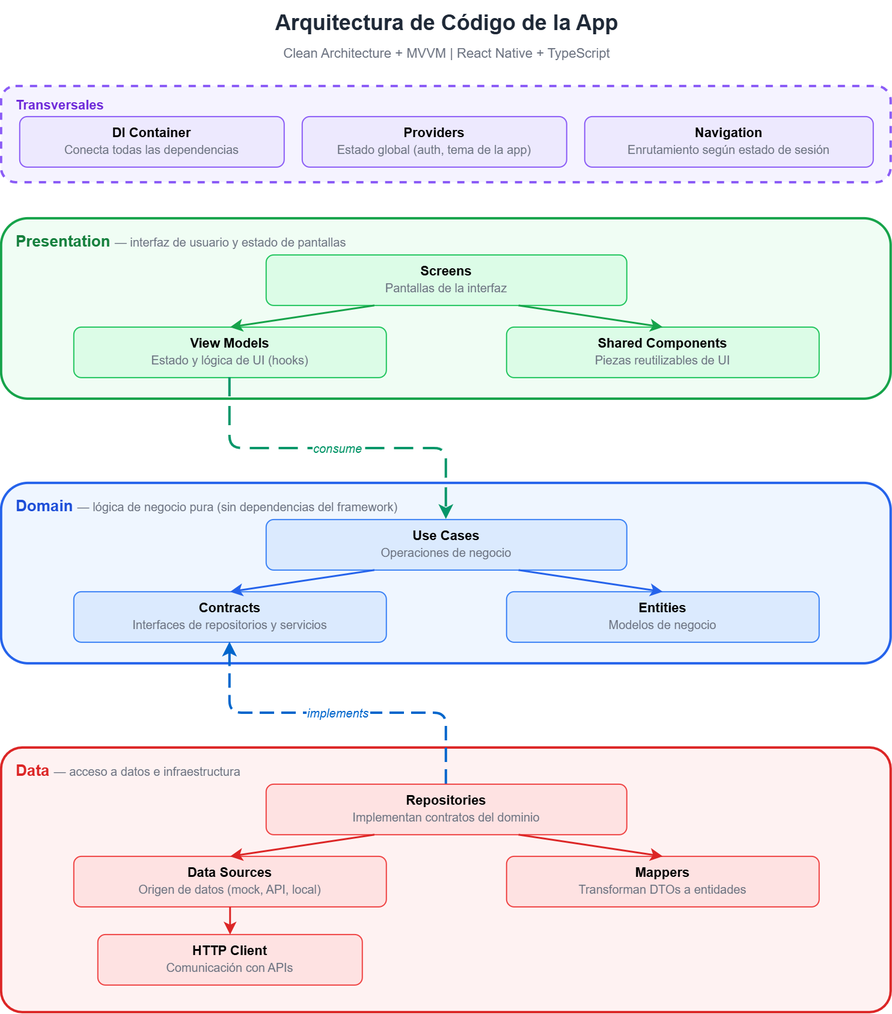
Earlier version of the draw.io export docs/architecture-diagram.png (devopsbayteq/bbol-movil). Source tidied: cells renumbered, new cells last; positions are measured from the earlier drawing's top-left corner, leaving out a move shared by most shapes.
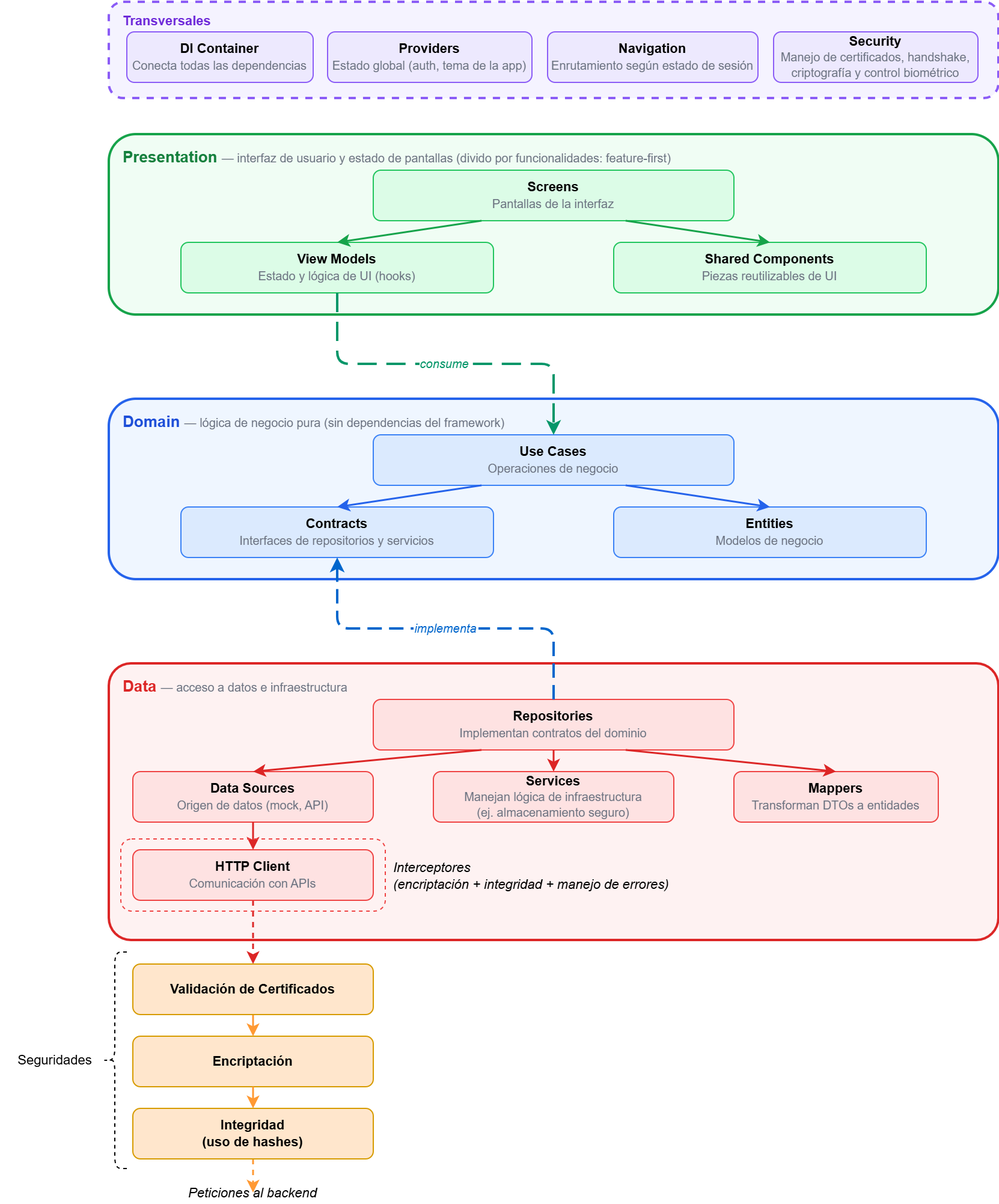
After the change.

What changed in the source:
```diff
@@ -2,33 +2,27 @@
   <root>
     <mxCell id="0" />
     <mxCell id="1" parent="0" />
-    <mxCell id="2" value="Arquitectura de Código de la App" style="text;html=1;align=center;verticalAlign=middle;strokeColor=none;fillColor=none;fontSize=18;fontStyle=1;fontColor=#1F2937;" parent="1" vertex="1">
-      <mxGeometry x="214.9" y="0.4" width="310" height="40" as="geometry" />
-    </mxCell>
-    <mxCell id="3" value="Clean Architecture + MVVM  |  React Native + TypeScript" style="text;html=1;align=center;verticalAlign=middle;strokeColor=none;fillColor=none;fontSize=11;fontColor=#6B7280;" parent="1" vertex="1">
-      <mxGeometry x="194.9" y="32.4" width="350" height="25" as="geometry" />
-    </mxCell>
-    <mxCell id="4" style="rounded=1;whiteSpace=wrap;html=1;fillColor=#F5F3FF;strokeColor=#8B5CF6;strokeWidth=2;dashed=1;" parent="1" vertex="1">
-      <mxGeometry x="-0.1" y="72.4" width="740" height="80" as="geometry" />
-    </mxCell>
+    <mxCell id="34" style="rounded=1;whiteSpace=wrap;html=1;fillColor=#F5F3FF;strokeColor=#8B5CF6;strokeWidth=2;dashed=1;" parent="1" vertex="1">
+      <mxGeometry x="-0.1" y="72.4" width="740" height="80" as="geometry" />
+    </mxCell>
     <mxCell id="5" value="Transversales" style="text;html=1;align=left;verticalAlign=top;strokeColor=none;fillColor=none;fontSize=11;fontStyle=1;fontColor=#6D28D9;" parent="1" vertex="1">
       <mxGeometry x="9.9" y="75.4" width="95" height="20" as="geometry" />
     </mxCell>
     <mxCell id="6" value="&lt;b&gt;DI Container&lt;/b&gt;&lt;br&gt;&lt;font style=&quot;font-size:10px;color:#6B7280&quot;&gt;Conecta todas las dependencias&lt;/font&gt;" style="rounded=1;whiteSpace=wrap;html=1;fillColor=#EDE9FE;strokeColor=#8B5CF6;fontSize=11;" parent="1" vertex="1">
-      <mxGeometry x="14.9" y="97.4" width="220" height="42" as="geometry" />
+      <mxGeometry x="14.9" y="97.4" width="155" height="42" as="geometry" />
     </mxCell>
     <mxCell id="7" value="&lt;b&gt;Providers&lt;/b&gt;&lt;br&gt;&lt;font style=&quot;font-size:10px;color:#6B7280&quot;&gt;Estado global (auth, tema de la app)&lt;/font&gt;" style="rounded=1;whiteSpace=wrap;html=1;fillColor=#EDE9FE;strokeColor=#8B5CF6;fontSize=11;" parent="1" vertex="1">
-      <mxGeometry x="249.9" y="97.4" width="220" height="42" as="geometry" />
+      <mxGeometry x="181.9" y="97.4" width="170" height="42" as="geometry" />
     </mxCell>
     <mxCell id="8" value="&lt;b&gt;Navigation&lt;/b&gt;&lt;br&gt;&lt;font style=&quot;font-size:10px;color:#6B7280&quot;&gt;Enrutamiento según estado de sesión&lt;/font&gt;" style="rounded=1;whiteSpace=wrap;html=1;fillColor=#EDE9FE;strokeColor=#8B5CF6;fontSize=11;" parent="1" vertex="1">
-      <mxGeometry x="484.9" y="97.4" width="240" height="42" as="geometry" />
+      <mxGeometry x="364.9" y="97.4" width="175" height="42" as="geometry" />
     </mxCell>
-    <mxCell id="9" style="rounded=1;whiteSpace=wrap;html=1;fillColor=#F0FDF4;strokeColor=#16A34A;strokeWidth=2;" parent="1" vertex="1">
-      <mxGeometry x="-0.1" y="182.4" width="740" height="150" as="geometry" />
-    </mxCell>
-    <mxCell id="10" value="Presentation  &lt;font style=&quot;font-size:10px;font-weight:normal;color:#6B7280&quot;&gt;— interfaz de usuario y estado de pantallas&lt;/font&gt;" style="text;html=1;align=left;verticalAlign=top;strokeColor=none;fillColor=none;fontSize=13;fontStyle=1;fontColor=#15803D;" parent="1" vertex="1">
-      <mxGeometry x="9.9" y="187.4" width="95" height="22" as="geometry" />
-    </mxCell>
+    <mxCell id="35" style="rounded=1;whiteSpace=wrap;html=1;fillColor=#F0FDF4;strokeColor=#16A34A;strokeWidth=2;" parent="1" vertex="1">
+      <mxGeometry x="-0.1" y="182.4" width="740" height="150" as="geometry" />
+    </mxCell>
+    <mxCell id="36" value="Presentation  &lt;font style=&quot;font-size:10px;font-weight:normal;color:#6B7280&quot;&gt;— interfaz de usuario y estado de pantallas (divido por funcionalidades: feature-first)&lt;/font&gt;" style="text;html=1;align=left;verticalAlign=top;strokeColor=none;fillColor=none;fontSize=13;fontStyle=1;fontColor=#15803D;" parent="1" vertex="1">
+      <mxGeometry x="9.9" y="187.4" width="480" height="30" as="geometry" />
+    </mxCell>
     <mxCell id="11" value="&lt;b&gt;Screens&lt;/b&gt;&lt;br&gt;&lt;font style=&quot;font-size:10px;color:#6B7280&quot;&gt;Pantallas de la interfaz&lt;/font&gt;" style="rounded=1;whiteSpace=wrap;html=1;fillColor=#DCFCE7;strokeColor=#22C55E;fontSize=11;" parent="1" vertex="1">
       <mxGeometry x="219.9" y="212.4" width="300" height="42" as="geometry" />
     </mxCell>
@@ -44,9 +38,9 @@
     <mxCell id="15" style="rounded=1;strokeColor=#16A34A;strokeWidth=1.5;exitX=0.7;exitY=1;exitDx=0;exitDy=0;entryX=0.5;entryY=0;entryDx=0;entryDy=0;" parent="1" edge="1" source="11" target="13">
       <mxGeometry relative="1" as="geometry" />
     </mxCell>
-    <mxCell id="16" style="rounded=1;whiteSpace=wrap;html=1;fillColor=#EFF6FF;strokeColor=#2563EB;strokeWidth=2;" parent="1" vertex="1">
-      <mxGeometry x="-0.1" y="402.4" width="740" height="150" as="geometry" />
-    </mxCell>
+    <mxCell id="37" style="rounded=1;whiteSpace=wrap;html=1;fillColor=#EFF6FF;strokeColor=#2563EB;strokeWidth=2;" parent="1" vertex="1">
+      <mxGeometry x="-0.1" y="402.4" width="740" height="150" as="geometry" />
+    </mxCell>
     <mxCell id="17" value="Domain  &lt;font style=&quot;font-size:10px;font-weight:normal;color:#6B7280&quot;&gt;— lógica de negocio pura (sin dependencias del framework)&lt;/font&gt;" style="text;html=1;align=left;verticalAlign=top;strokeColor=none;fillColor=none;fontSize=13;fontStyle=1;fontColor=#1D4ED8;" parent="1" vertex="1">
       <mxGeometry x="9.9" y="407.4" width="230" height="30" as="geometry" />
     </mxCell>
@@ -65,38 +59,83 @@
     <mxCell id="22" style="rounded=1;strokeColor=#2563EB;strokeWidth=1.5;exitX=0.7;exitY=1;exitDx=0;exitDy=0;entryX=0.5;entryY=0;entryDx=0;entryDy=0;" parent="1" edge="1" source="18" target="20">
       <mxGeometry relative="1" as="geometry" />
     </mxCell>
-    <mxCell id="23" style="rounded=1;whiteSpace=wrap;html=1;fillColor=#FEF2F2;strokeColor=#DC2626;strokeWidth=2;arcSize=8;" parent="1" vertex="1">
-      <mxGeometry x="-0.1" y="622.4" width="740" height="220" as="geometry" />
-    </mxCell>
+    <mxCell id="38" style="rounded=1;whiteSpace=wrap;html=1;fillColor=#FEF2F2;strokeColor=#DC2626;strokeWidth=2;arcSize=8;" parent="1" vertex="1">
+      <mxGeometry x="-0.1" y="622.4" width="740" height="230" as="geometry" />
+    </mxCell>
     <mxCell id="24" value="Data  &lt;font style=&quot;font-size:10px;font-weight:normal;color:#6B7280&quot;&gt;— acceso a datos e infraestructura&lt;/font&gt;" style="text;html=1;align=left;verticalAlign=top;strokeColor=none;fillColor=none;fontSize=13;fontStyle=1;fontColor=#DC2626;" parent="1" vertex="1">
       <mxGeometry x="9.9" y="627.4" width="40" height="22" as="geometry" />
     </mxCell>
     <mxCell id="25" value="&lt;b&gt;Repositories&lt;/b&gt;&lt;br&gt;&lt;font style=&quot;font-size:10px;color:#6B7280&quot;&gt;Implementan contratos del dominio&lt;/font&gt;" style="rounded=1;whiteSpace=wrap;html=1;fillColor=#FEE2E2;strokeColor=#EF4444;fontSize=11;" parent="1" vertex="1">
       <mxGeometry x="219.9" y="652.4" width="300" height="42" as="geometry" />
     </mxCell>
-    <mxCell id="26" value="&lt;b&gt;Data Sources&lt;/b&gt;&lt;br&gt;&lt;font style=&quot;font-size:10px;color:#6B7280&quot;&gt;Origen de datos (mock, API, local)&lt;/font&gt;" style="rounded=1;whiteSpace=wrap;html=1;fillColor=#FEE2E2;strokeColor=#EF4444;fontSize=11;" parent="1" vertex="1">
-      <mxGeometry x="59.9" y="712.4" width="260" height="42" as="geometry" />
-    </mxCell>
+    <mxCell id="39" value="&lt;b&gt;Data Sources&lt;/b&gt;&lt;br&gt;&lt;font style=&quot;font-size:10px;color:#6B7280&quot;&gt;Origen de datos (mock, API)&lt;/font&gt;" style="rounded=1;whiteSpace=wrap;html=1;fillColor=#FEE2E2;strokeColor=#EF4444;fontSize=11;" parent="1" vertex="1">
+      <mxGeometry x="19.9" y="712.4" width="200" height="42" as="geometry" />
+    </mxCell>
     <mxCell id="27" value="&lt;b&gt;Mappers&lt;/b&gt;&lt;br&gt;&lt;font style=&quot;font-size:10px;color:#6B7280&quot;&gt;Transforman DTOs a entidades&lt;/font&gt;" style="rounded=1;whiteSpace=wrap;html=1;fillColor=#FEE2E2;strokeColor=#EF4444;fontSize=11;" parent="1" vertex="1">
-      <mxGeometry x="419.9" y="712.4" width="260" height="42" as="geometry" />
+      <mxGeometry x="519.9" y="712.4" width="170" height="42" as="geometry" />
     </mxCell>
+    <mxCell id="40" style="rounded=1;strokeColor=#DC2626;strokeWidth=1.5;exitX=0.5;exitY=1;exitDx=0;exitDy=0;entryX=0.5;entryY=0;entryDx=0;entryDy=0;dashed=1;" parent="1" edge="1" source="28" target="51">
+      <mxGeometry relative="1" as="geometry" />
+    </mxCell>
     <mxCell id="28" value="&lt;b&gt;HTTP Client&lt;/b&gt;&lt;br&gt;&lt;font style=&quot;font-size:10px;color:#6B7280&quot;&gt;Comunicación con APIs&lt;/font&gt;" style="rounded=1;whiteSpace=wrap;html=1;fillColor=#FEE2E2;strokeColor=#EF4444;fontSize=11;" parent="1" vertex="1">
-      <mxGeometry x="79.9" y="777.4" width="220" height="42" as="geometry" />
+      <mxGeometry x="19.9" y="777.4" width="200" height="42" as="geometry" />
     </mxCell>
-    <mxCell id="29" style="rounded=1;strokeColor=#DC2626;strokeWidth=1.5;exitX=0.3;exitY=1;exitDx=0;exitDy=0;entryX=0.5;entryY=0;entryDx=0;entryDy=0;" parent="1" edge="1" source="25" target="26">
-      <mxGeometry relative="1" as="geometry" />
-    </mxCell>
+    <mxCell id="41" style="rounded=1;strokeColor=#DC2626;strokeWidth=1.5;exitX=0.3;exitY=1;exitDx=0;exitDy=0;entryX=0.5;entryY=0;entryDx=0;entryDy=0;" parent="1" edge="1" source="25" target="39">
+      <mxGeometry relative="1" as="geometry" />
+    </mxCell>
     <mxCell id="30" style="rounded=1;strokeColor=#DC2626;strokeWidth=1.5;exitX=0.7;exitY=1;exitDx=0;exitDy=0;entryX=0.5;entryY=0;entryDx=0;entryDy=0;" parent="1" edge="1" source="25" target="27">
       <mxGeometry relative="1" as="geometry" />
     </mxCell>
-    <mxCell id="31" style="rounded=1;strokeColor=#DC2626;strokeWidth=1.5;exitX=0.5;exitY=1;exitDx=0;exitDy=0;entryX=0.5;entryY=0;entryDx=0;entryDy=0;" parent="1" edge="1" source="26" target="28">
-      <mxGeometry relative="1" as="geometry" />
-    </mxCell>
+    <mxCell id="42" style="rounded=1;strokeColor=#DC2626;strokeWidth=1.5;exitX=0.5;exitY=1;exitDx=0;exitDy=0;entryX=0.5;entryY=0;entryDx=0;entryDy=0;" parent="1" edge="1" source="39" target="28">
+      <mxGeometry relative="1" as="geometry" />
+    </mxCell>
-    <mxCell id="32" value="implements" style="rounded=1;strokeColor=#0066CC;strokeWidth=2;dashed=1;dashPattern=6 3;fontStyle=2;fontSize=10;fontColor=#0066CC;labelBackgroundColor=#FFFFFF;exitX=0.5;exitY=0;exitDx=0;exitDy=0;entryX=0.5;entryY=1;entryDx=0;entryDy=0;edgeStyle=orthogonalEdgeStyle;" parent="1" edge="1" source="25" target="19">
+    <mxCell id="32" value="implementa" style="rounded=1;strokeColor=#0066CC;strokeWidth=2;dashed=1;dashPattern=6 3;fontStyle=2;fontSize=10;fontColor=#0066CC;labelBackgroundColor=#FFFFFF;exitX=0.5;exitY=0;exitDx=0;exitDy=0;entryX=0.5;entryY=1;entryDx=0;entryDy=0;edgeStyle=orthogonalEdgeStyle;" parent="1" edge="1" source="25" target="19">
       <mxGeometry relative="1" as="geometry" />
     </mxCell>
     <mxCell id="33" value="consume" style="rounded=1;strokeColor=#059669;strokeWidth=2;dashed=1;dashPattern=8 4;fontStyle=2;fontSize=10;fontColor=#059669;labelBackgroundColor=#FFFFFF;exitX=0.5;exitY=1;exitDx=0;exitDy=0;entryX=0.5;entryY=0;entryDx=0;entryDy=0;edgeStyle=orthogonalEdgeStyle;" parent="1" edge="1" source="12" target="18">
       <mxGeometry relative="1" as="geometry" />
     </mxCell>
+    <mxCell id="43" value="&lt;b&gt;Services&lt;/b&gt;&lt;br&gt;&lt;font style=&quot;font-size:10px;color:#6B7280&quot;&gt;Manejan lógica de infraestructura &lt;br&gt;(ej. almacenamiento seguro)&lt;/font&gt;" style="rounded=1;whiteSpace=wrap;html=1;fillColor=#FEE2E2;strokeColor=#EF4444;fontSize=11;" parent="1" vertex="1">
+      <mxGeometry x="269.9" y="712.4" width="200" height="42" as="geometry" />
+    </mxCell>
+    <mxCell id="44" style="rounded=1;strokeColor=#DC2626;strokeWidth=1.5;exitX=0.5;exitY=1;exitDx=0;exitDy=0;entryX=0.5;entryY=0;entryDx=0;entryDy=0;" parent="1" edge="1" source="25" target="43">
+      <mxGeometry relative="1" as="geometry" />
+    </mxCell>
+    <mxCell id="45" style="rounded=1;whiteSpace=wrap;html=1;fillColor=none;strokeColor=#EF4444;fontSize=11;dashed=1;" parent="1" vertex="1">
+      <mxGeometry x="9.9" y="768.4" width="220" height="60" as="geometry" />
+    </mxCell>
+    <mxCell id="46" value="Interceptores &lt;br style=&quot;font-size: 11px;&quot;&gt;(encriptación + integridad + manejo de errores)" style="text;html=1;align=left;verticalAlign=middle;strokeColor=none;fillColor=none;fontStyle=2;fontSize=11;" parent="1" vertex="1">
+      <mxGeometry x="234.9" y="779.4" width="250" height="40" as="geometry" />
+    </mxCell>
+    <mxCell id="47" value="&lt;b&gt;Encriptación&lt;/b&gt;" style="rounded=1;whiteSpace=wrap;html=1;fillColor=#ffe6cc;strokeColor=#d79b00;fontSize=11;" parent="1" vertex="1">
+      <mxGeometry x="19.9" y="932.4" width="200" height="42" as="geometry" />
+    </mxCell>
+    <mxCell id="48" style="edgeStyle=none;html=1;strokeColor=#FF9933;fontSize=11;dashed=1;strokeWidth=1.5;" parent="1" edge="1" source="49" target="53">
+      <mxGeometry relative="1" as="geometry" />
+    </mxCell>
+    <mxCell id="49" value="&lt;b&gt;Integridad &lt;br&gt;(uso de hashes)&lt;/b&gt;" style="rounded=1;whiteSpace=wrap;html=1;fillColor=#ffe6cc;strokeColor=#d79b00;fontSize=11;" parent="1" vertex="1">
+      <mxGeometry x="19.9" y="992.4" width="200" height="42" as="geometry" />
+    </mxCell>
+    <mxCell id="50" style="edgeStyle=none;html=1;fontSize=11;entryX=0.5;entryY=0;entryDx=0;entryDy=0;strokeColor=#FF9933;strokeWidth=1.5;" parent="1" edge="1" source="51" target="47">
+      <mxGeometry relative="1" as="geometry" />
+    </mxCell>
+    <mxCell id="51" value="&lt;b&gt;Validación de Certificados&lt;/b&gt;" style="rounded=1;whiteSpace=wrap;html=1;fillColor=#ffe6cc;strokeColor=#d79b00;fontSize=11;" parent="1" vertex="1">
+      <mxGeometry x="19.9" y="872.4" width="200" height="42" as="geometry" />
+    </mxCell>
+    <mxCell id="52" style="edgeStyle=none;html=1;fontSize=11;entryX=0.5;entryY=0;entryDx=0;entryDy=0;strokeColor=#FF9933;exitX=0.5;exitY=1;exitDx=0;exitDy=0;strokeWidth=1.5;" parent="1" edge="1" source="47" target="49">
+      <mxGeometry relative="1" as="geometry" />
+    </mxCell>
+    <mxCell id="53" value="Peticiones al backend" style="shape=waypoint;sketch=0;size=6;points=[];fillColor=#ffe6cc;perimeter=centerPerimeter;snapToPoint=1;fontSize=11;strokeColor=none;rounded=1;fontStyle=2;" parent="1" vertex="1">
+      <mxGeometry x="109.9" y="1052.4" width="20" height="20" as="geometry" />
+    </mxCell>
+    <mxCell id="54" style="shape=curlyBracket;whiteSpace=wrap;html=1;rounded=1;labelPosition=left;verticalLabelPosition=middle;align=right;verticalAlign=middle;dashed=1;fontSize=11;fillColor=none;" parent="1" vertex="1">
+      <mxGeometry x="-5.1" y="862.4" width="20" height="180" as="geometry" />
+    </mxCell>
+    <mxCell id="55" value="Seguridades" style="text;html=1;align=center;verticalAlign=middle;strokeColor=none;fillColor=none;fontSize=11;" parent="1" vertex="1">
+      <mxGeometry x="-90.1" y="937.4" width="90" height="30" as="geometry" />
+    </mxCell>
+    <mxCell id="56" value="&lt;b&gt;Security&lt;/b&gt;&lt;br&gt;&lt;font style=&quot;font-size:10px;color:#6B7280&quot;&gt;Manejo de certificados, handshake, criptografía y control biométrico&lt;/font&gt;" style="rounded=1;whiteSpace=wrap;html=1;fillColor=#EDE9FE;strokeColor=#8B5CF6;fontSize=11;" parent="1" vertex="1">
+      <mxGeometry x="552.9" y="97.4" width="170" height="42" as="geometry" />
+    </mxCell>
   </root>
 </mxGraphModel>
```
